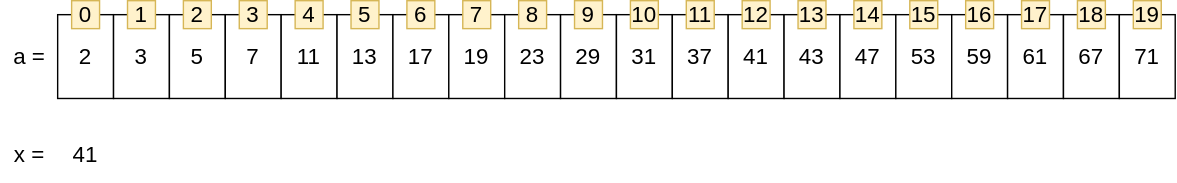
zininote/zininote.github.io-old- keeps this draw.io diagram as img/algorithm/algorithm-1030-01-01-00.svg. Above is the earlier version. Source tidied: cells renumbered, new cells last; positions are measured from the earlier drawing's top-left corner, leaving out a move shared by most shapes. Its diagram source:
```xml
<mxGraphModel>
  <root>
    <mxCell id="0" />
    <mxCell id="1" parent="0" />
    <mxCell id="2" style="group;" parent="1" vertex="1">
      <mxGeometry x="40" y="10" width="800" height="60" as="geometry" />
    </mxCell>
    <mxCell id="3" value="2" style="rounded=0;whiteSpace=wrap;html=1;fontSize=16;" parent="2" vertex="1">
      <mxGeometry width="40" height="60" as="geometry" />
    </mxCell>
    <mxCell id="4" value="3" style="rounded=0;whiteSpace=wrap;html=1;fontSize=16;" parent="2" vertex="1">
      <mxGeometry x="40" width="40" height="60" as="geometry" />
    </mxCell>
    <mxCell id="5" value="5" style="rounded=0;whiteSpace=wrap;html=1;fontSize=16;" parent="2" vertex="1">
      <mxGeometry x="80" width="40" height="60" as="geometry" />
    </mxCell>
    <mxCell id="6" value="7" style="rounded=0;whiteSpace=wrap;html=1;fontSize=16;" parent="2" vertex="1">
      <mxGeometry x="120" width="40" height="60" as="geometry" />
    </mxCell>
    <mxCell id="7" value="11" style="rounded=0;whiteSpace=wrap;html=1;fontSize=16;" parent="2" vertex="1">
      <mxGeometry x="160" width="40" height="60" as="geometry" />
    </mxCell>
    <mxCell id="8" value="13" style="rounded=0;whiteSpace=wrap;html=1;fontSize=16;" parent="2" vertex="1">
      <mxGeometry x="200" width="40" height="60" as="geometry" />
    </mxCell>
    <mxCell id="9" value="17" style="rounded=0;whiteSpace=wrap;html=1;fontSize=16;" parent="2" vertex="1">
      <mxGeometry x="240" width="40" height="60" as="geometry" />
    </mxCell>
    <mxCell id="10" value="19" style="rounded=0;whiteSpace=wrap;html=1;fontSize=16;" parent="2" vertex="1">
      <mxGeometry x="280" width="40" height="60" as="geometry" />
    </mxCell>
    <mxCell id="11" value="23" style="rounded=0;whiteSpace=wrap;html=1;fontSize=16;" parent="2" vertex="1">
      <mxGeometry x="320" width="40" height="60" as="geometry" />
    </mxCell>
    <mxCell id="12" value="29" style="rounded=0;whiteSpace=wrap;html=1;fontSize=16;" parent="2" vertex="1">
      <mxGeometry x="360" width="40" height="60" as="geometry" />
    </mxCell>
    <mxCell id="13" value="31" style="rounded=0;whiteSpace=wrap;html=1;fontSize=16;" parent="2" vertex="1">
      <mxGeometry x="400" width="40" height="60" as="geometry" />
    </mxCell>
    <mxCell id="14" value="37" style="rounded=0;whiteSpace=wrap;html=1;fontSize=16;" parent="2" vertex="1">
      <mxGeometry x="440" width="40" height="60" as="geometry" />
    </mxCell>
    <mxCell id="15" value="41" style="rounded=0;whiteSpace=wrap;html=1;fontSize=16;" parent="2" vertex="1">
      <mxGeometry x="480" width="40" height="60" as="geometry" />
    </mxCell>
    <mxCell id="16" value="43" style="rounded=0;whiteSpace=wrap;html=1;fontSize=16;" parent="2" vertex="1">
      <mxGeometry x="520" width="40" height="60" as="geometry" />
    </mxCell>
    <mxCell id="17" value="47" style="rounded=0;whiteSpace=wrap;html=1;fontSize=16;" parent="2" vertex="1">
      <mxGeometry x="560" width="40" height="60" as="geometry" />
    </mxCell>
    <mxCell id="18" value="53" style="rounded=0;whiteSpace=wrap;html=1;fontSize=16;" parent="2" vertex="1">
      <mxGeometry x="600" width="40" height="60" as="geometry" />
    </mxCell>
    <mxCell id="19" value="59" style="rounded=0;whiteSpace=wrap;html=1;fontSize=16;" parent="2" vertex="1">
      <mxGeometry x="640" width="40" height="60" as="geometry" />
    </mxCell>
    <mxCell id="20" value="61" style="rounded=0;whiteSpace=wrap;html=1;fontSize=16;" parent="2" vertex="1">
      <mxGeometry x="680" width="40" height="60" as="geometry" />
    </mxCell>
    <mxCell id="21" value="67" style="rounded=0;whiteSpace=wrap;html=1;fontSize=16;" parent="2" vertex="1">
      <mxGeometry x="720" width="40" height="60" as="geometry" />
    </mxCell>
    <mxCell id="22" value="71" style="rounded=0;whiteSpace=wrap;html=1;fontSize=16;" parent="2" vertex="1">
      <mxGeometry x="760" width="40" height="60" as="geometry" />
    </mxCell>
    <mxCell id="23" value="a =" style="text;html=1;strokeColor=none;fillColor=none;align=center;verticalAlign=middle;whiteSpace=wrap;rounded=0;fontSize=16;" parent="1" vertex="1">
      <mxGeometry y="10" width="40" height="60" as="geometry" />
    </mxCell>
    <mxCell id="24" value="x =" style="text;html=1;strokeColor=none;fillColor=none;align=center;verticalAlign=middle;whiteSpace=wrap;rounded=0;fontSize=16;" parent="1" vertex="1">
      <mxGeometry y="90" width="40" height="40" as="geometry" />
    </mxCell>
    <mxCell id="25" value="41" style="text;html=1;strokeColor=none;fillColor=none;align=center;verticalAlign=middle;whiteSpace=wrap;rounded=0;fontSize=16;" parent="1" vertex="1">
      <mxGeometry x="40" y="90" width="40" height="40" as="geometry" />
    </mxCell>
    <mxCell id="26" value="&lt;span style=&quot;font-size: 16px&quot;&gt;0&lt;/span&gt;" style="text;html=1;strokeColor=#d6b656;fillColor=#fff2cc;align=center;verticalAlign=middle;whiteSpace=wrap;rounded=0;" parent="1" vertex="1">
      <mxGeometry x="50" width="20" height="20" as="geometry" />
    </mxCell>
    <mxCell id="27" value="&lt;span style=&quot;font-size: 16px&quot;&gt;1&lt;/span&gt;" style="text;html=1;strokeColor=#d6b656;fillColor=#fff2cc;align=center;verticalAlign=middle;whiteSpace=wrap;rounded=0;" parent="1" vertex="1">
      <mxGeometry x="90" width="20" height="20" as="geometry" />
    </mxCell>
    <mxCell id="28" value="&lt;span style=&quot;font-size: 16px&quot;&gt;2&lt;/span&gt;" style="text;html=1;strokeColor=#d6b656;fillColor=#fff2cc;align=center;verticalAlign=middle;whiteSpace=wrap;rounded=0;" parent="1" vertex="1">
      <mxGeometry x="130" width="20" height="20" as="geometry" />
    </mxCell>
    <mxCell id="29" value="&lt;span style=&quot;font-size: 16px&quot;&gt;3&lt;/span&gt;" style="text;html=1;strokeColor=#d6b656;fillColor=#fff2cc;align=center;verticalAlign=middle;whiteSpace=wrap;rounded=0;" parent="1" vertex="1">
      <mxGeometry x="170" width="20" height="20" as="geometry" />
    </mxCell>
    <mxCell id="30" value="&lt;span style=&quot;font-size: 16px&quot;&gt;4&lt;/span&gt;" style="text;html=1;strokeColor=#d6b656;fillColor=#fff2cc;align=center;verticalAlign=middle;whiteSpace=wrap;rounded=0;" parent="1" vertex="1">
      <mxGeometry x="210" width="20" height="20" as="geometry" />
    </mxCell>
    <mxCell id="31" value="&lt;span style=&quot;font-size: 16px&quot;&gt;5&lt;/span&gt;" style="text;html=1;strokeColor=#d6b656;fillColor=#fff2cc;align=center;verticalAlign=middle;whiteSpace=wrap;rounded=0;" parent="1" vertex="1">
      <mxGeometry x="250" width="20" height="20" as="geometry" />
    </mxCell>
    <mxCell id="32" value="&lt;span style=&quot;font-size: 16px&quot;&gt;6&lt;/span&gt;" style="text;html=1;strokeColor=#d6b656;fillColor=#fff2cc;align=center;verticalAlign=middle;whiteSpace=wrap;rounded=0;" parent="1" vertex="1">
      <mxGeometry x="290" width="20" height="20" as="geometry" />
    </mxCell>
    <mxCell id="33" value="&lt;span style=&quot;font-size: 16px&quot;&gt;7&lt;/span&gt;" style="text;html=1;strokeColor=#d6b656;fillColor=#fff2cc;align=center;verticalAlign=middle;whiteSpace=wrap;rounded=0;" parent="1" vertex="1">
      <mxGeometry x="330" width="20" height="20" as="geometry" />
    </mxCell>
    <mxCell id="34" value="&lt;span style=&quot;font-size: 16px&quot;&gt;8&lt;/span&gt;" style="text;html=1;strokeColor=#d6b656;fillColor=#fff2cc;align=center;verticalAlign=middle;whiteSpace=wrap;rounded=0;" parent="1" vertex="1">
      <mxGeometry x="370" width="20" height="20" as="geometry" />
    </mxCell>
    <mxCell id="35" value="&lt;span style=&quot;font-size: 16px&quot;&gt;9&lt;/span&gt;" style="text;html=1;strokeColor=#d6b656;fillColor=#fff2cc;align=center;verticalAlign=middle;whiteSpace=wrap;rounded=0;" parent="1" vertex="1">
      <mxGeometry x="410" width="20" height="20" as="geometry" />
    </mxCell>
    <mxCell id="36" value="&lt;span style=&quot;font-size: 16px&quot;&gt;10&lt;/span&gt;" style="text;html=1;strokeColor=#d6b656;fillColor=#fff2cc;align=center;verticalAlign=middle;whiteSpace=wrap;rounded=0;" parent="1" vertex="1">
      <mxGeometry x="450" width="20" height="20" as="geometry" />
    </mxCell>
    <mxCell id="37" value="&lt;span style=&quot;font-size: 16px&quot;&gt;11&lt;/span&gt;" style="text;html=1;strokeColor=#d6b656;fillColor=#fff2cc;align=center;verticalAlign=middle;whiteSpace=wrap;rounded=0;" parent="1" vertex="1">
      <mxGeometry x="490" width="20" height="20" as="geometry" />
    </mxCell>
    <mxCell id="38" value="&lt;span style=&quot;font-size: 16px&quot;&gt;12&lt;/span&gt;" style="text;html=1;strokeColor=#d6b656;fillColor=#fff2cc;align=center;verticalAlign=middle;whiteSpace=wrap;rounded=0;" parent="1" vertex="1">
      <mxGeometry x="530" width="20" height="20" as="geometry" />
    </mxCell>
    <mxCell id="39" value="&lt;span style=&quot;font-size: 16px&quot;&gt;13&lt;/span&gt;" style="text;html=1;strokeColor=#d6b656;fillColor=#fff2cc;align=center;verticalAlign=middle;whiteSpace=wrap;rounded=0;" parent="1" vertex="1">
      <mxGeometry x="570" width="20" height="20" as="geometry" />
    </mxCell>
    <mxCell id="40" value="&lt;span style=&quot;font-size: 16px&quot;&gt;14&lt;/span&gt;" style="text;html=1;strokeColor=#d6b656;fillColor=#fff2cc;align=center;verticalAlign=middle;whiteSpace=wrap;rounded=0;" parent="1" vertex="1">
      <mxGeometry x="610" width="20" height="20" as="geometry" />
    </mxCell>
    <mxCell id="41" value="&lt;span style=&quot;font-size: 16px&quot;&gt;15&lt;/span&gt;" style="text;html=1;strokeColor=#d6b656;fillColor=#fff2cc;align=center;verticalAlign=middle;whiteSpace=wrap;rounded=0;" parent="1" vertex="1">
      <mxGeometry x="650" width="20" height="20" as="geometry" />
    </mxCell>
    <mxCell id="42" value="&lt;span style=&quot;font-size: 16px&quot;&gt;16&lt;/span&gt;" style="text;html=1;strokeColor=#d6b656;fillColor=#fff2cc;align=center;verticalAlign=middle;whiteSpace=wrap;rounded=0;" parent="1" vertex="1">
      <mxGeometry x="690" width="20" height="20" as="geometry" />
    </mxCell>
    <mxCell id="43" value="&lt;span style=&quot;font-size: 16px&quot;&gt;17&lt;/span&gt;" style="text;html=1;strokeColor=#d6b656;fillColor=#fff2cc;align=center;verticalAlign=middle;whiteSpace=wrap;rounded=0;" parent="1" vertex="1">
      <mxGeometry x="730" width="20" height="20" as="geometry" />
    </mxCell>
    <mxCell id="44" value="&lt;span style=&quot;font-size: 16px&quot;&gt;18&lt;/span&gt;" style="text;html=1;strokeColor=#d6b656;fillColor=#fff2cc;align=center;verticalAlign=middle;whiteSpace=wrap;rounded=0;" parent="1" vertex="1">
      <mxGeometry x="770" width="20" height="20" as="geometry" />
    </mxCell>
    <mxCell id="45" value="&lt;span style=&quot;font-size: 16px&quot;&gt;19&lt;/span&gt;" style="text;html=1;strokeColor=#d6b656;fillColor=#fff2cc;align=center;verticalAlign=middle;whiteSpace=wrap;rounded=0;" parent="1" vertex="1">
      <mxGeometry x="810" width="20" height="20" as="geometry" />
    </mxCell>
  </root>
</mxGraphModel>
```
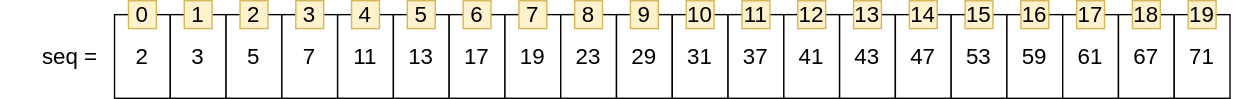
The same file after the commit.

Diff of the diagram source:
```diff
@@ -65,15 +65,9 @@
     <mxCell id="22" value="71" style="rounded=0;whiteSpace=wrap;html=1;fontSize=16;" parent="2" vertex="1">
       <mxGeometry x="760" width="40" height="60" as="geometry" />
     </mxCell>
-    <mxCell id="23" value="a =" style="text;html=1;strokeColor=none;fillColor=none;align=center;verticalAlign=middle;whiteSpace=wrap;rounded=0;fontSize=16;" parent="1" vertex="1">
-      <mxGeometry y="10" width="40" height="60" as="geometry" />
+    <mxCell id="23" value="seq =" style="text;html=1;strokeColor=none;fillColor=none;align=right;verticalAlign=middle;whiteSpace=wrap;rounded=0;fontSize=16;" parent="1" vertex="1">
+      <mxGeometry x="-40" y="10" width="70" height="60" as="geometry" />
     </mxCell>
-    <mxCell id="24" value="x =" style="text;html=1;strokeColor=none;fillColor=none;align=center;verticalAlign=middle;whiteSpace=wrap;rounded=0;fontSize=16;" parent="1" vertex="1">
-      <mxGeometry y="90" width="40" height="40" as="geometry" />
-    </mxCell>
-    <mxCell id="25" value="41" style="text;html=1;strokeColor=none;fillColor=none;align=center;verticalAlign=middle;whiteSpace=wrap;rounded=0;fontSize=16;" parent="1" vertex="1">
-      <mxGeometry x="40" y="90" width="40" height="40" as="geometry" />
-    </mxCell>
     <mxCell id="26" value="&lt;span style=&quot;font-size: 16px&quot;&gt;0&lt;/span&gt;" style="text;html=1;strokeColor=#d6b656;fillColor=#fff2cc;align=center;verticalAlign=middle;whiteSpace=wrap;rounded=0;" parent="1" vertex="1">
       <mxGeometry x="50" width="20" height="20" as="geometry" />
     </mxCell>
```
